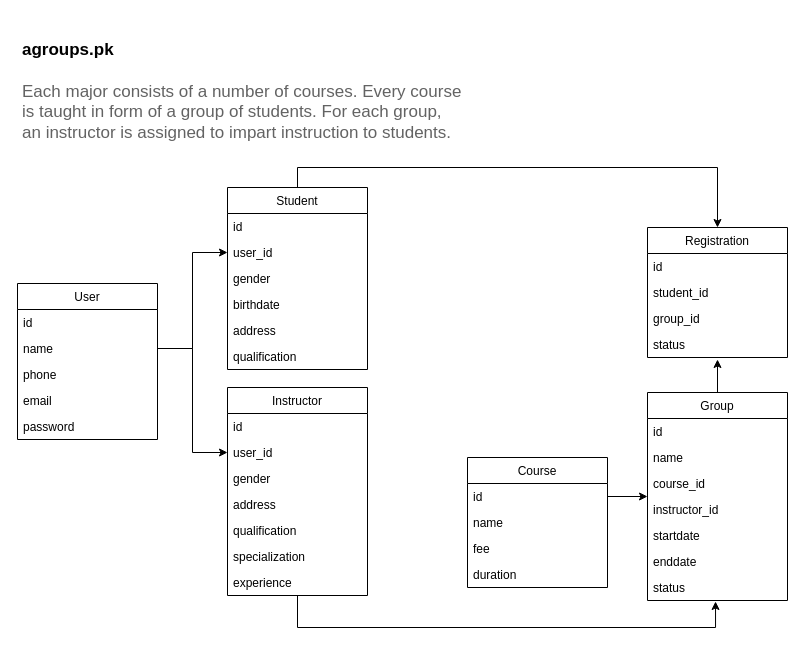
This is erd.drawio from abbas0506/agroups, a draw.io file, before an edit. Source tidied: cells renumbered, new cells numbered last; positions are measured from the earlier drawing's top-left corner, leaving out a move shared by most shapes. Both pictures are drawn from the tidied source at 100%, with x=0, y=0 at pixel (17, 17).
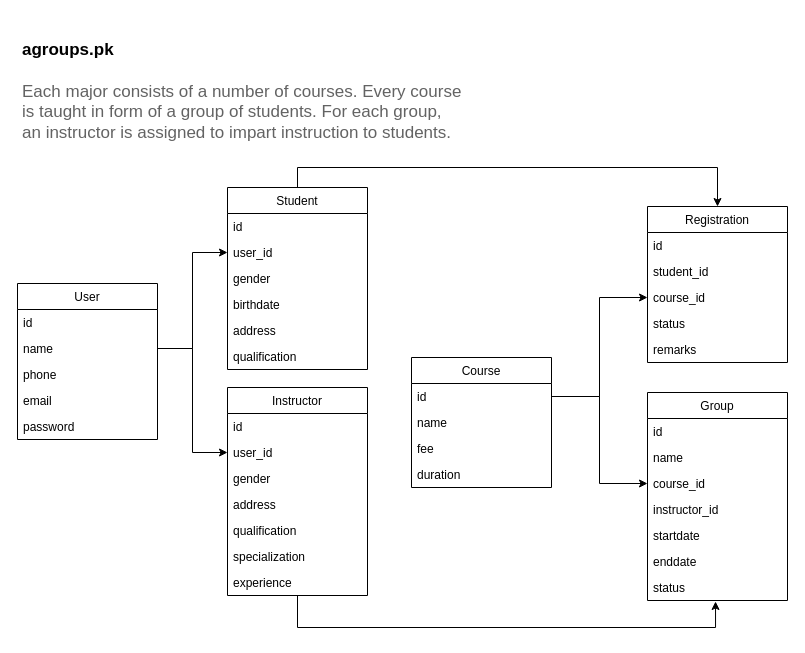
After the change.

The change refers to these unchanged cells:
```xml
<mxCell id="24" value="id" style="text;strokeColor=none;fillColor=none;align=left;verticalAlign=top;spacingLeft=4;spacingRight=4;overflow=hidden;points=[[0,0.5],[1,0.5]];portConstraint=eastwest;" parent="23" vertex="1">
  <mxGeometry y="26" width="140" height="26" as="geometry" />
</mxCell>
<mxCell id="29" value="Group" style="swimlane;fontStyle=0;horizontal=1;startSize=26;fillColor=none;" parent="1" vertex="1">
  <mxGeometry x="630" y="375" width="140" height="208" as="geometry" />
</mxCell>
<mxCell id="32" value="course_id" style="text;strokeColor=none;fillColor=none;align=left;verticalAlign=top;spacingLeft=4;spacingRight=4;overflow=hidden;points=[[0,0.5],[1,0.5]];portConstraint=eastwest;" parent="29" vertex="1">
  <mxGeometry y="78" width="140" height="26" as="geometry" />
</mxCell>
<mxCell id="43" value="status" style="text;strokeColor=none;fillColor=none;align=left;verticalAlign=top;spacingLeft=4;spacingRight=4;overflow=hidden;points=[[0,0.5],[1,0.5]];portConstraint=eastwest;" parent="39" vertex="1">
  <mxGeometry y="104" width="140" height="26" as="geometry" />
</mxCell>
```

Change to the diagram source:
```diff
@@
     <mxCell id="23" value="Course" style="swimlane;fontStyle=0;horizontal=1;startSize=26;fillColor=none;" parent="1" vertex="1">
-      <mxGeometry x="450" y="440" width="140" height="130" as="geometry" />
+      <mxGeometry x="394" y="340" width="140" height="130" as="geometry" />
     </mxCell>
@@
-    <mxCell id="28" style="rounded=0;jettySize=auto;html=1;entryX=0.5;entryY=1.077;entryDx=0;entryDy=0;entryPerimeter=0;" parent="1" edge="1" source="29" target="43">
-      <mxGeometry relative="1" as="geometry" />
-    </mxCell>
@@
     <mxCell id="39" value="Registration" style="swimlane;fontStyle=0;horizontal=1;startSize=26;fillColor=none;" parent="1" vertex="1">
-      <mxGeometry x="630" y="210" width="140" height="130" as="geometry" />
+      <mxGeometry x="630" y="189" width="140" height="156" as="geometry" />
     </mxCell>
@@
-    <mxCell id="42" value="group_id" style="text;strokeColor=none;fillColor=none;align=left;verticalAlign=top;spacingLeft=4;spacingRight=4;overflow=hidden;points=[[0,0.5],[1,0.5]];portConstraint=eastwest;" parent="39" vertex="1">
+    <mxCell id="42" value="course_id" style="text;strokeColor=none;fillColor=none;align=left;verticalAlign=top;spacingLeft=4;spacingRight=4;overflow=hidden;points=[[0,0.5],[1,0.5]];portConstraint=eastwest;" parent="39" vertex="1">
       <mxGeometry y="78" width="140" height="26" as="geometry" />
     </mxCell>
@@
+    <mxCell id="49" value="remarks" style="text;strokeColor=none;fillColor=none;align=left;verticalAlign=top;spacingLeft=4;spacingRight=4;overflow=hidden;" parent="39" vertex="1">
+      <mxGeometry y="130" width="140" height="26" as="geometry" />
+    </mxCell>
-    <mxCell id="44" style="edgeStyle=orthogonalEdgeStyle;rounded=0;jettySize=auto;html=1;entryX=0;entryY=0.5;entryDx=0;entryDy=0;" parent="1" edge="1" source="24" target="29">
+    <mxCell id="44" style="edgeStyle=orthogonalEdgeStyle;rounded=0;jettySize=auto;html=1;entryX=0;entryY=0.5;entryDx=0;entryDy=0;" parent="1" edge="1" source="24" target="42">
       <mxGeometry relative="1" as="geometry" />
     </mxCell>
@@
+    <mxCell id="50" style="edgeStyle=orthogonalEdgeStyle;rounded=0;jettySize=auto;html=1;entryX=0;entryY=0.5;entryDx=0;entryDy=0;" parent="1" edge="1" source="24" target="32">
+      <mxGeometry relative="1" as="geometry" />
+    </mxCell>
```
